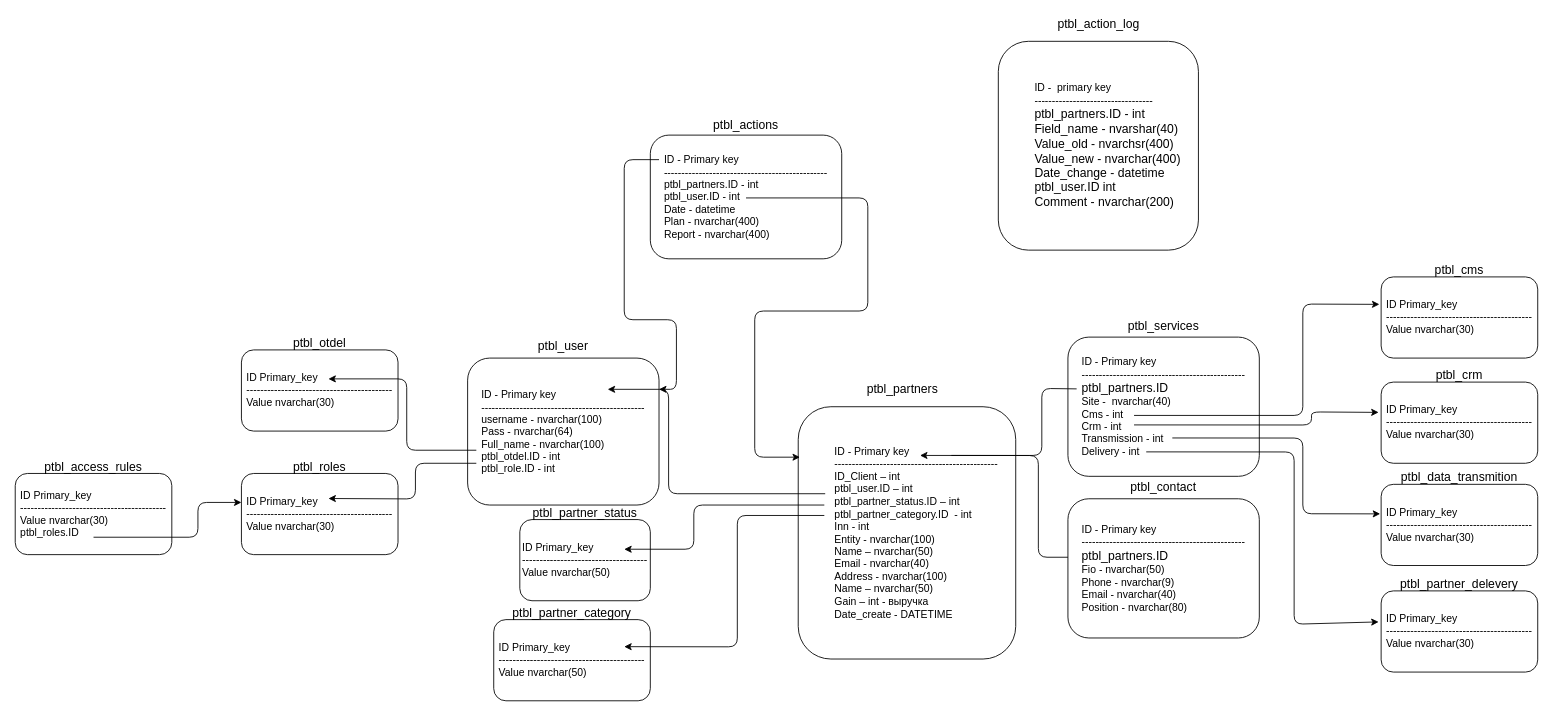
Before: partners.l-post.ru/Untitled Diagram.drawio in REvivelf/diagrams, a draw.io diagram. Source tidied: cells renumbered, new cells numbered last; positions are measured from the earlier drawing's top-left corner, leaving out a move shared by most shapes. Both pictures are drawn from the tidied source at 87%, with x=0, y=0 at pixel (15, 15).
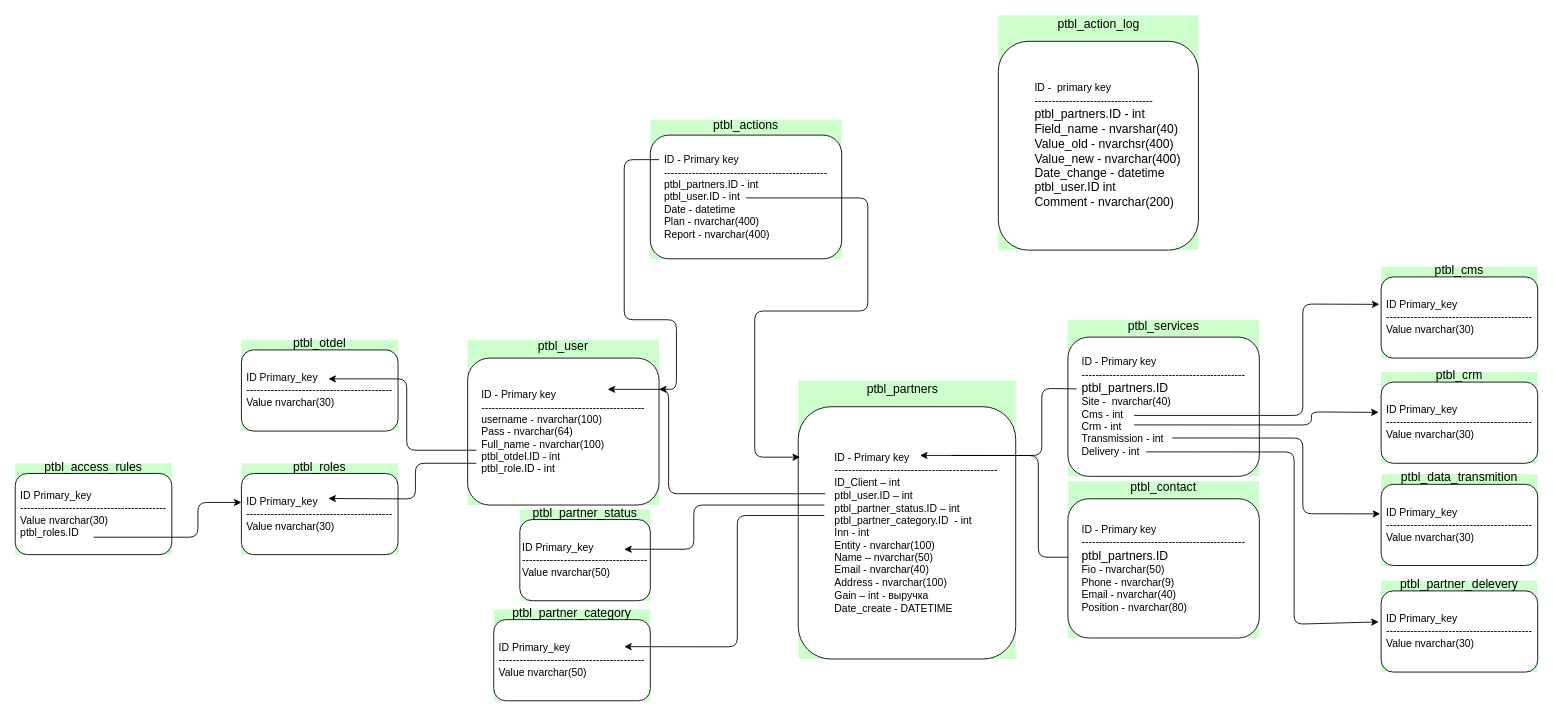
After the change.

The edit, as a diff of the source:
```diff
@@
-    <mxCell id="2" style="group;" parent="1" vertex="1">
+    <mxCell id="2" style="group;fillColor=#CCFFCC;" parent="1" vertex="1">
       <mxGeometry x="1210" y="535.8" width="220" height="180" as="geometry" />
     </mxCell>
@@
-    <mxCell id="5" style="group;" parent="1" vertex="1">
+    <mxCell id="5" style="group;fillColor=#CCFFCC;" parent="1" vertex="1">
       <mxGeometry x="1210" y="350" width="220" height="180" as="geometry" />
     </mxCell>
@@
-    <mxCell id="13" style="group;" parent="1" vertex="1">
+    <mxCell id="13" style="group;fillColor=#CCFFCC;" parent="1" vertex="1">
       <mxGeometry x="900" y="420" width="250" height="320" as="geometry" />
     </mxCell>
-    <mxCell id="14" value="&lt;blockquote style=&quot;margin: 0 0 0 40px ; border: none ; padding: 0px&quot;&gt;&lt;div&gt;ID - Primary key&lt;/div&gt;&lt;div&gt;-----------------------------------------------&lt;/div&gt;&lt;div&gt;ID_Client – int&amp;nbsp;&lt;br&gt;&lt;/div&gt;&lt;div&gt;ptbl_user.ID – int&lt;/div&gt;&lt;div&gt;ptbl_partner_status.ID – int&lt;br&gt;&lt;/div&gt;&lt;div&gt;ptbl_partner_category.ID&amp;nbsp; - int&lt;/div&gt;&lt;div&gt;Inn - int&lt;/div&gt;&lt;div&gt;Entity - nvarchar(100)&lt;/div&gt;&lt;div&gt;Name – nvarchar(50)&amp;nbsp;&amp;nbsp;&lt;br&gt;&lt;/div&gt;&lt;div&gt;Email - nvarchar(40)&lt;/div&gt;&lt;div&gt;Address - nvarchar(100)&lt;/div&gt;&lt;div&gt;Name – nvarchar(50)&amp;nbsp;&lt;br&gt;&lt;/div&gt;&lt;div&gt;Gain – int - выручка&lt;/div&gt;&lt;div&gt;Date_create - DATETIME&lt;/div&gt;&lt;/blockquote&gt;" style="rounded=1;whiteSpace=wrap;html=1;align=left;" parent="13" vertex="1">
+    <mxCell id="14" value="&lt;blockquote style=&quot;margin: 0 0 0 40px ; border: none ; padding: 0px&quot;&gt;&lt;div&gt;ID - Primary key&lt;/div&gt;&lt;div&gt;-----------------------------------------------&lt;/div&gt;&lt;div&gt;ID_Client – int&amp;nbsp;&lt;br&gt;&lt;/div&gt;&lt;div&gt;ptbl_user.ID – int&lt;/div&gt;&lt;div&gt;ptbl_partner_status.ID – int&lt;br&gt;&lt;/div&gt;&lt;div&gt;ptbl_partner_category.ID&amp;nbsp; - int&lt;/div&gt;&lt;div&gt;Inn - int&lt;/div&gt;&lt;div&gt;Entity - nvarchar(100)&lt;/div&gt;&lt;div&gt;Name – nvarchar(50)&amp;nbsp;&amp;nbsp;&lt;br&gt;&lt;/div&gt;&lt;div&gt;Email - nvarchar(40)&lt;/div&gt;&lt;div&gt;Address - nvarchar(100)&lt;/div&gt;&lt;div&gt;Gain – int - выручка&lt;/div&gt;&lt;div&gt;Date_create - DATETIME&lt;/div&gt;&lt;/blockquote&gt;" style="rounded=1;whiteSpace=wrap;html=1;align=left;" parent="13" vertex="1">
       <mxGeometry y="30" width="250" height="290" as="geometry" />
     </mxCell>
@@
-    <mxCell id="17" style="group;" parent="1" vertex="1">
+    <mxCell id="17" style="group;fillColor=#CCFFCC;" parent="1" vertex="1">
       <mxGeometry x="730" y="120" width="220" height="160" as="geometry" />
     </mxCell>
@@
-    <mxCell id="20" style="group;" parent="1" vertex="1">
+    <mxCell id="20" style="group;fillColor=#CCFFCC;" parent="1" vertex="1">
       <mxGeometry x="520" y="373" width="220" height="190" as="geometry" />
     </mxCell>
@@
-    <mxCell id="23" style="group;" parent="1" vertex="1">
+    <mxCell id="23" style="group;fillColor=#CCFFCC;" parent="1" vertex="1">
       <mxGeometry x="1130" width="230" height="270" as="geometry" />
     </mxCell>
@@
-    <mxCell id="26" style="group;" parent="1" vertex="1">
+    <mxCell id="26" style="group;fillColor=#CCFFCC;" parent="1" vertex="1">
       <mxGeometry x="1570" y="289.1" width="180" height="105" as="geometry" />
     </mxCell>
@@
-    <mxCell id="30" style="group;" parent="1" vertex="1">
+    <mxCell id="30" style="group;fillColor=#CCFFCC;" parent="1" vertex="1">
       <mxGeometry x="1570" y="410" width="180" height="105" as="geometry" />
     </mxCell>
@@
-    <mxCell id="34" style="group;" parent="1" vertex="1">
+    <mxCell id="34" style="group;fillColor=#CCFFCC;" parent="1" vertex="1">
       <mxGeometry x="1570" y="527.5" width="180" height="105" as="geometry" />
     </mxCell>
@@
-    <mxCell id="38" style="group;" parent="1" vertex="1">
+    <mxCell id="38" style="group;fillColor=#CCFFCC;" parent="1" vertex="1">
       <mxGeometry x="1570" y="650" width="180" height="105" as="geometry" />
     </mxCell>
@@
-    <mxCell id="42" style="group;" parent="1" vertex="1">
+    <mxCell id="42" style="group;fillColor=#CCFFCC;" parent="1" vertex="1">
       <mxGeometry x="580" y="568" width="150" height="105" as="geometry" />
     </mxCell>
@@
-    <mxCell id="46" style="group;" parent="1" vertex="1">
+    <mxCell id="46" style="group;fillColor=#CCFFCC;" parent="1" vertex="1">
       <mxGeometry x="550" y="683" width="180" height="105" as="geometry" />
     </mxCell>
@@
-    <mxCell id="50" style="group;" parent="1" vertex="1">
+    <mxCell id="50" style="group;fillColor=#CCFFCC;" parent="1" vertex="1">
       <mxGeometry x="260" y="373" width="180" height="105" as="geometry" />
     </mxCell>
@@
-    <mxCell id="54" style="group;" parent="1" vertex="1">
+    <mxCell id="54" style="group;fillColor=#CCFFCC;" parent="1" vertex="1">
       <mxGeometry x="260" y="515" width="180" height="105" as="geometry" />
     </mxCell>
@@
-    <mxCell id="58" style="group;" parent="1" vertex="1">
+    <mxCell id="58" style="group;fillColor=#CCFFCC;" parent="1" vertex="1">
       <mxGeometry y="515" width="180" height="105" as="geometry" />
     </mxCell>
```
